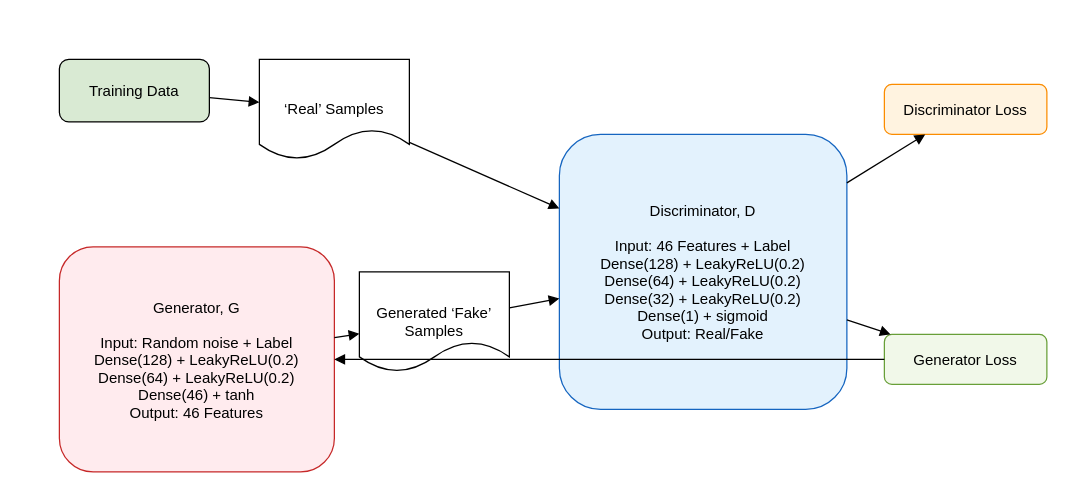
Before: gan_component.drawio in elgenio123/diagrams, a draw.io diagram. Source tidied: cells renumbered, new cells numbered last; positions are measured from the earlier drawing's top-left corner, leaving out a move shared by most shapes. Both pictures are drawn from the tidied source at 125%, with x=0, y=0 at pixel (59, 59).
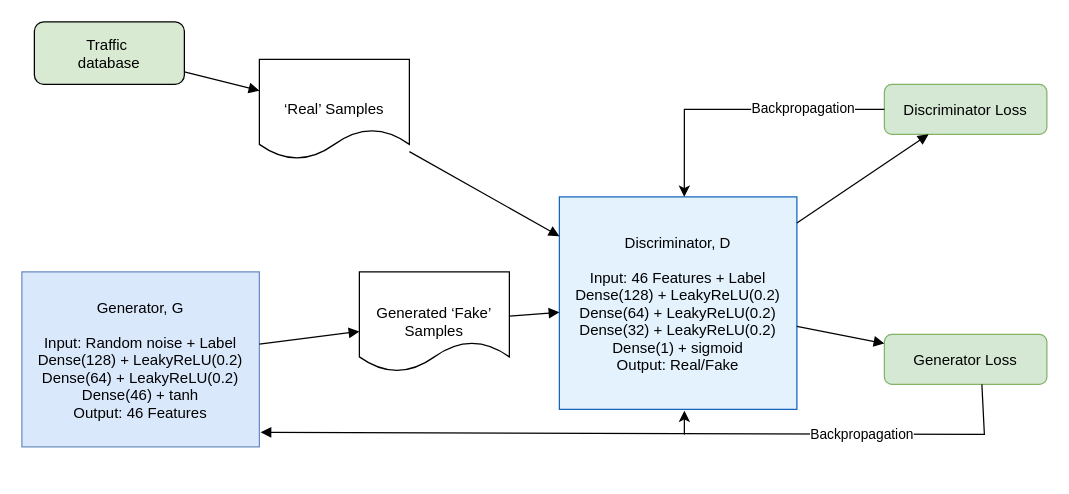
The same page after the edit.

Commit message:
Mettre à jour gan_component.drawio

What changed in the source:
```diff
@@
-    <mxCell id="2" value="Training Data" style="rounded=1;fillColor=#D9EAD3;strokeColor=#000000;" parent="1" vertex="1">
-      <mxGeometry width="120" height="50" as="geometry" />
+    <mxCell id="2" value="Traffic &#10;database" style="rounded=1;fillColor=#D9EAD3;strokeColor=#000000;" parent="1" vertex="1">
+      <mxGeometry x="-20" y="-30" width="120" height="50" as="geometry" />
     </mxCell>
@@
-    <mxCell id="4" value="Generator, G&#10;&#10;Input: Random noise + Label&#10;Dense(128) + LeakyReLU(0.2)&#10;Dense(64) + LeakyReLU(0.2)&#10;Dense(46) + tanh&#10;Output: 46 Features" style="rounded=1;fillColor=#FFEBEE;strokeColor=#C62828;fontSize=12;" parent="1" vertex="1">
-      <mxGeometry y="150" width="220" height="180" as="geometry" />
+    <mxCell id="4" value="Generator, G&#10;&#10;Input: Random noise + Label&#10;Dense(128) + LeakyReLU(0.2)&#10;Dense(64) + LeakyReLU(0.2)&#10;Dense(46) + tanh&#10;Output: 46 Features" style="rounded=0;fillColor=#dae8fc;strokeColor=#6c8ebf;fontSize=12;" parent="1" vertex="1">
+      <mxGeometry x="-30" y="170" width="190" height="140" as="geometry" />
     </mxCell>
@@
-    <mxCell id="6" value="Discriminator, D&#10;&#10;Input: 46 Features + Label&#10;Dense(128) + LeakyReLU(0.2)&#10;Dense(64) + LeakyReLU(0.2)&#10;Dense(32) + LeakyReLU(0.2)&#10;Dense(1) + sigmoid&#10;Output: Real/Fake" style="rounded=1;fillColor=#E3F2FD;strokeColor=#1565C0;fontSize=12;" parent="1" vertex="1">
-      <mxGeometry x="400" y="60" width="230" height="220" as="geometry" />
+    <mxCell id="6" value="Discriminator, D&#10;&#10;Input: 46 Features + Label&#10;Dense(128) + LeakyReLU(0.2)&#10;Dense(64) + LeakyReLU(0.2)&#10;Dense(32) + LeakyReLU(0.2)&#10;Dense(1) + sigmoid&#10;Output: Real/Fake" style="rounded=0;fillColor=#E3F2FD;strokeColor=#1565C0;fontSize=12;" parent="1" vertex="1">
+      <mxGeometry x="400" y="110" width="190" height="170" as="geometry" />
     </mxCell>
@@
-    <mxCell id="11" value="Discriminator Loss" style="rounded=1;fillColor=#FFF3E0;strokeColor=#FB8C00;" parent="1" vertex="1">
+    <mxCell id="11" value="Discriminator Loss" style="rounded=1;fillColor=#d5e8d4;strokeColor=#82b366;" parent="1" vertex="1">
       <mxGeometry x="660" y="20" width="130" height="40" as="geometry" />
     </mxCell>
-    <mxCell id="12" value="Generator Loss" style="rounded=1;fillColor=#F1F8E9;strokeColor=#689F38;" parent="1" vertex="1">
+    <mxCell id="12" value="Generator Loss" style="rounded=1;fillColor=#d5e8d4;strokeColor=#82b366;" parent="1" vertex="1">
       <mxGeometry x="660" y="220" width="130" height="40" as="geometry" />
     </mxCell>
@@
-    <mxCell id="15" style="endArrow=block;" parent="1" edge="1" source="12" target="4">
-      <mxGeometry relative="1" as="geometry" />
+    <mxCell id="15" style="endArrow=block;entryX=1.005;entryY=0.917;entryDx=0;entryDy=0;entryPerimeter=0;rounded=0;curved=0;exitX=0.6;exitY=1;exitDx=0;exitDy=0;exitPerimeter=0;" parent="1" edge="1" source="12" target="4">
+      <mxGeometry relative="1" as="geometry">
+        <Array as="points">
+          <mxPoint x="740" y="300" />
+        </Array>
+      </mxGeometry>
     </mxCell>
+    <mxCell id="16" value="Backpropagation" style="edgeLabel;html=1;align=center;verticalAlign=middle;" parent="15" vertex="1">
+      <mxGeometry x="0.33" y="1" relative="1" as="geometry">
+        <mxPoint x="273" as="offset" />
+      </mxGeometry>
+    </mxCell>
+    <mxCell id="17" style="endArrow=classic;html=1;rounded=0;entryX=0.526;entryY=0;entryDx=0;entryDy=0;exitX=0;exitY=0.5;exitDx=0;exitDy=0;entryPerimeter=0;" parent="1" edge="1" source="11" target="6">
+      <mxGeometry relative="1" as="geometry">
+        <Array as="points">
+          <mxPoint x="500" y="40" />
+        </Array>
+      </mxGeometry>
+    </mxCell>
+    <mxCell id="18" value="Backpropagation" style="edgeLabel;html=1;align=center;verticalAlign=middle;" parent="1" vertex="1">
+      <mxGeometry x="690" y="310" as="geometry">
+        <mxPoint x="-96" y="-272" as="offset" />
+      </mxGeometry>
+    </mxCell>
+    <mxCell id="19" style="endArrow=classic;html=1;rounded=0;" parent="1" edge="1">
+      <mxGeometry relative="1" as="geometry">
+        <mxPoint x="500" y="300" as="sourcePoint" />
+        <mxPoint x="500" y="281" as="targetPoint" />
+      </mxGeometry>
+    </mxCell>
```
